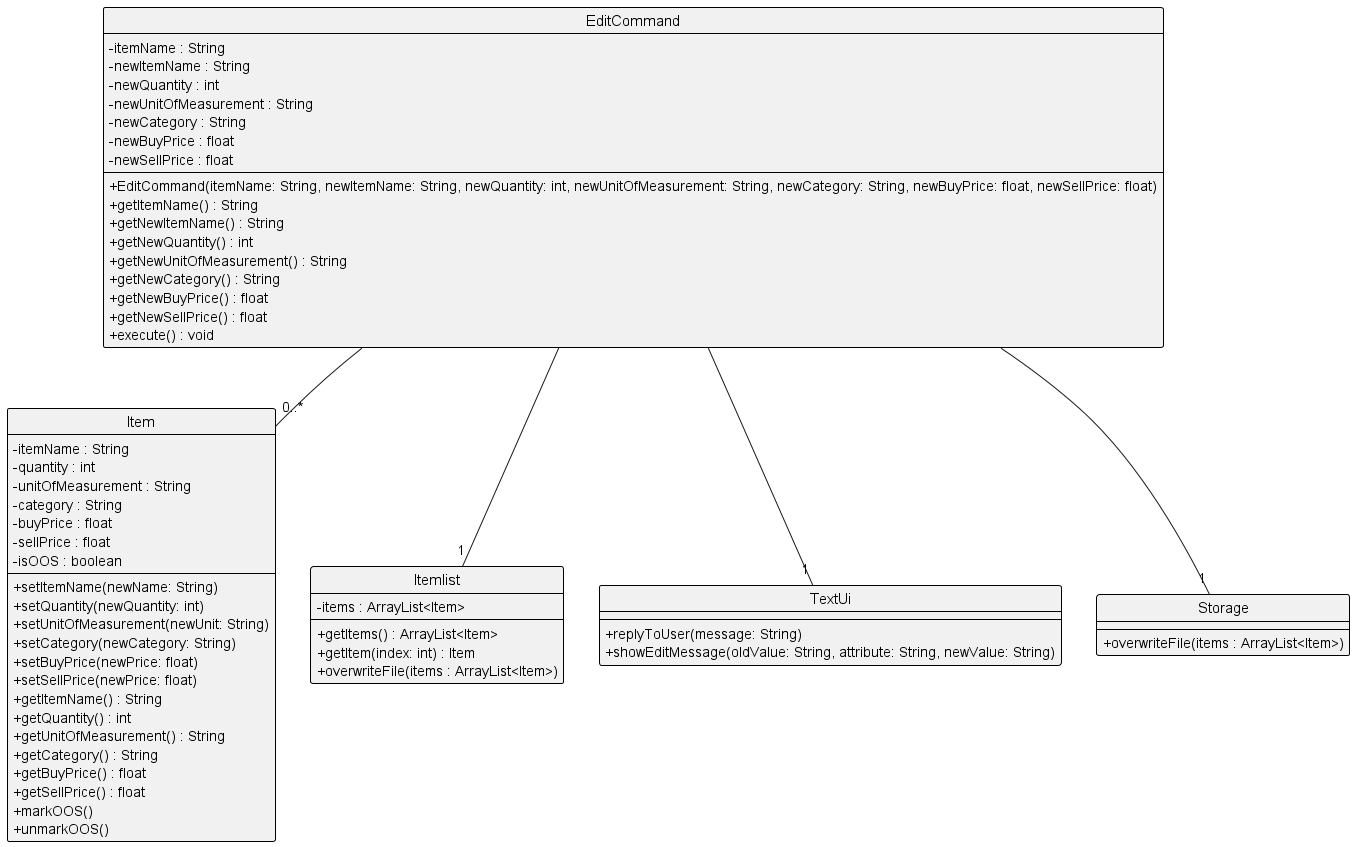
The PlantUML diagram docs/Diagrams/Images/Itemlist/EditCommand_ClassDiagram.png in LowTL/tp, before a commit.
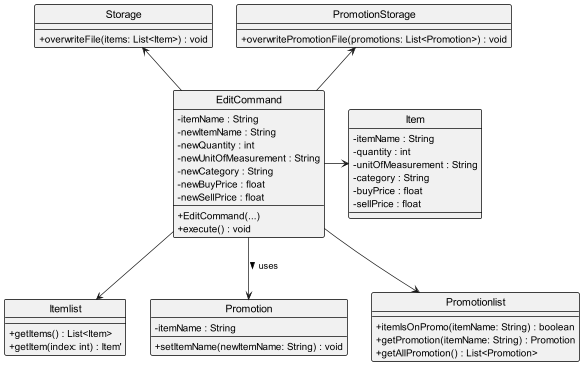
Later version of the same file.

The edit, as a diff of the source:
```diff
@@ -1,6 +1,5 @@
 @startuml
 !include ../Style.puml
-
 class EditCommand {
     - itemName : String
     - newItemName : String
@@ -9,15 +8,7 @@
     - newCategory : String
     - newBuyPrice : float
     - newSellPrice : float
-
-    + EditCommand(itemName: String, newItemName: String, newQuantity: int, newUnitOfMeasurement: String, newCategory: String, newBuyPrice: float, newSellPrice: float)
-    + getItemName() : String
-    + getNewItemName() : String
-    + getNewQuantity() : int
-    + getNewUnitOfMeasurement() : String
-    + getNewCategory() : String
-    + getNewBuyPrice() : float
-    + getNewSellPrice() : float
+    + EditCommand(...)
     + execute() : void
 }
 
@@ -28,45 +19,37 @@
     - category : String
     - buyPrice : float
     - sellPrice : float
-    - isOOS : boolean
-
-    + setItemName(newName: String)
-    + setQuantity(newQuantity: int)
-    + setUnitOfMeasurement(newUnit: String)
-    + setCategory(newCategory: String)
-    + setBuyPrice(newPrice: float)
-    + setSellPrice(newPrice: float)
-    + getItemName() : String
-    + getQuantity() : int
-    + getUnitOfMeasurement() : String
-    + getCategory() : String
-    + getBuyPrice() : float
-    + getSellPrice() : float
-    + markOOS()
-    + unmarkOOS()
 }
 
 class Itemlist {
-    - items : ArrayList<Item>
-
-    + getItems() : ArrayList<Item>
-    + getItem(index: int) : Item
-    + overwriteFile(items : ArrayList<Item>)
+    + getItems() : List<Item>
+    + getItem(index: int) : Item'
 }
 
-class TextUi {
-    + replyToUser(message: String)
-    + showEditMessage(oldValue: String, attribute: String, newValue: String)
+class Promotion {
+    - itemName : String
+    + setItemName(newItemName: String) : void
+}
+
+class Promotionlist {
+    + itemIsOnPromo(itemName: String) : boolean
+    + getPromotion(itemName: String) : Promotion
+    + getAllPromotion() : List<Promotion>
 }
 
 class Storage {
-    + overwriteFile(items : ArrayList<Item>)
+    + overwriteFile(items: List<Item>) : void
 }
 
-EditCommand -- "0..*" Item
-EditCommand -- "1" Itemlist
-EditCommand -- "1" TextUi
-EditCommand -- "1" Storage
-hide circle
-skinparam classAttributeIconSize 0
+class PromotionStorage {
+    + overwritePromotionFile(promotions: List<Promotion>) : void
+}
+
+EditCommand -> Item
+EditCommand --> Itemlist
+EditCommand --> Promotion : uses >
+EditCommand --> Promotionlist
+Storage <-- EditCommand
+PromotionStorage <-- EditCommand
+
 @enduml
```
